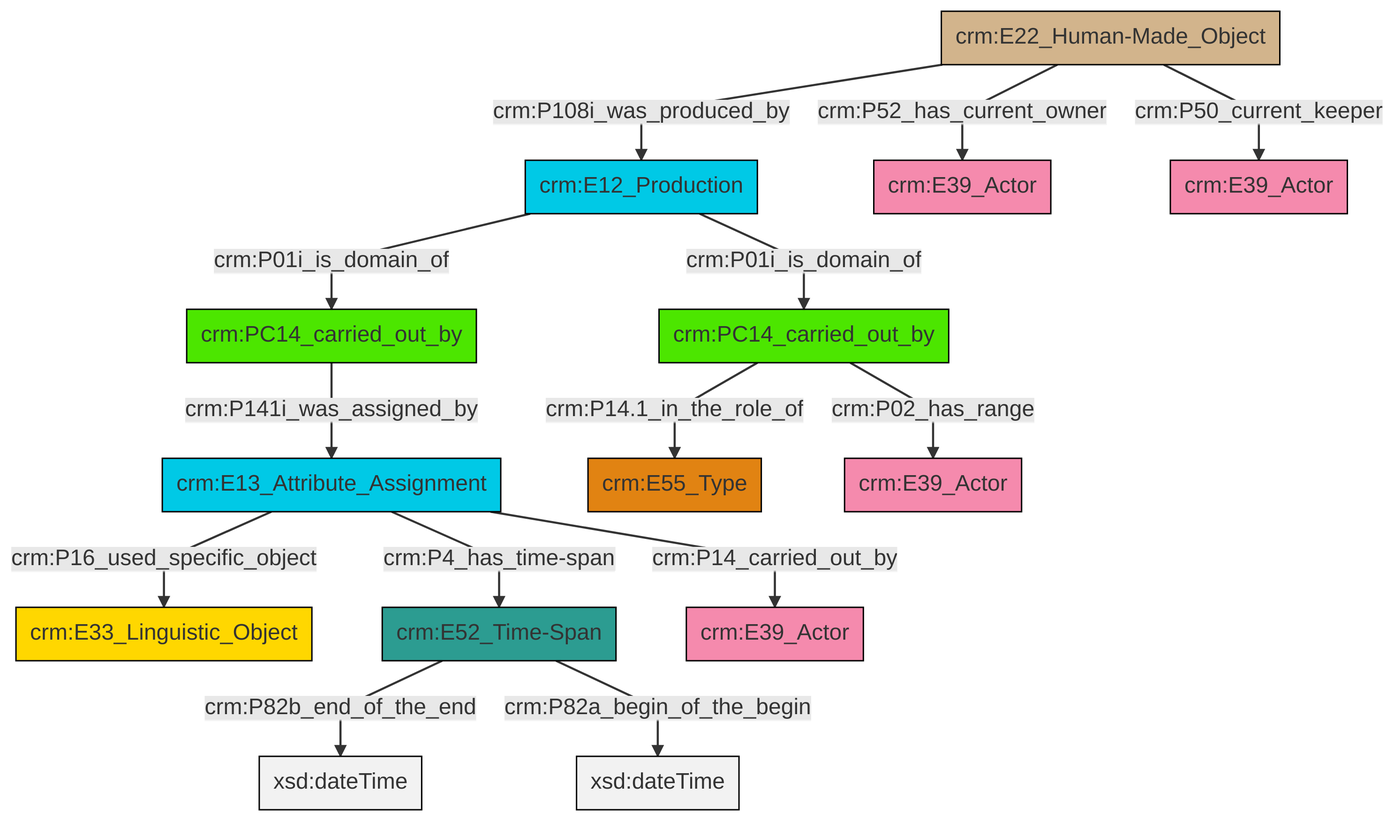
Before: et/carrierCSV/ttl/mmd/png/carrier_relations.png, a diagram exported from Mermaid (swiss-art-research-net/docs.swissartresearch). Its source is kept beside it as et/carrierCSV/ttl/mmd/carrier_relations.ttl.mmd.
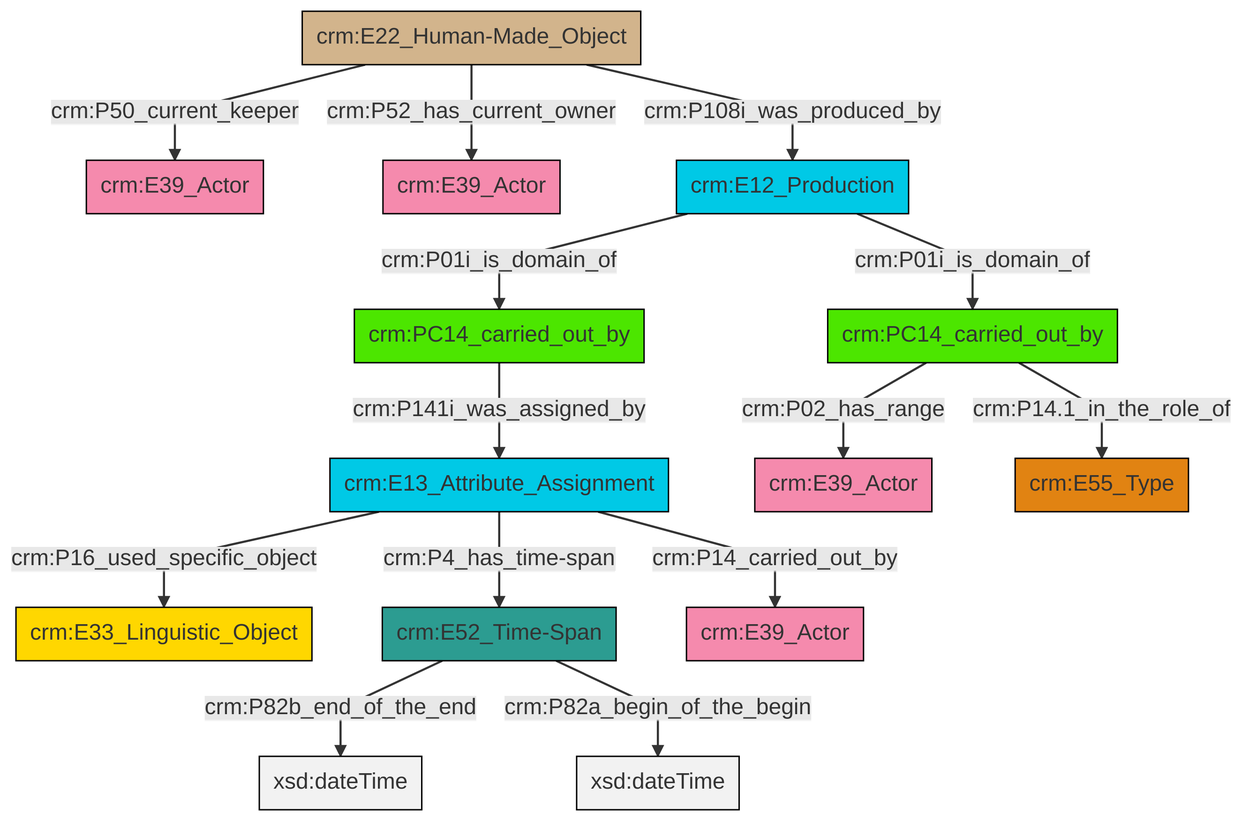
After the commit.

What changed in the source:
```diff
@@ -13,16 +13,16 @@
 classDef PC_Classes fill:#4ce600, stroke:#000000;
 classDef Multi fill:#cccccc,stroke:#000000;
 
-2["crm:E13_Attribute_Assignment"]:::Temporal_Entity -->|crm:P16_used_specific_object| 3["crm:E33_Linguistic_Object"]:::Conceptual_Object
-4["crm:PC14_carried_out_by"]:::PC_Classes -->|crm:P141i_was_assigned_by| 2["crm:E13_Attribute_Assignment"]:::Temporal_Entity
-10["crm:E22_Human-Made_Object"]:::Physical_Thing -->|crm:P108i_was_produced_by| 8["crm:E12_Production"]:::Temporal_Entity
-11["crm:E52_Time-Span"]:::Time-Span -->|crm:P82b_end_of_the_end| 12[xsd:dateTime]:::Literal
-0["crm:PC14_carried_out_by"]:::PC_Classes -->|crm:P14.1_in_the_role_of| 5["crm:E55_Type"]:::Type
-11["crm:E52_Time-Span"]:::Time-Span -->|crm:P82a_begin_of_the_begin| 13[xsd:dateTime]:::Literal
-0["crm:PC14_carried_out_by"]:::PC_Classes -->|crm:P02_has_range| 14["crm:E39_Actor"]:::Actor
-2["crm:E13_Attribute_Assignment"]:::Temporal_Entity -->|crm:P14_carried_out_by| 15["crm:E39_Actor"]:::Actor
-8["crm:E12_Production"]:::Temporal_Entity -->|crm:P01i_is_domain_of| 0["crm:PC14_carried_out_by"]:::PC_Classes
-10["crm:E22_Human-Made_Object"]:::Physical_Thing -->|crm:P52_has_current_owner| 17["crm:E39_Actor"]:::Actor
-10["crm:E22_Human-Made_Object"]:::Physical_Thing -->|crm:P50_current_keeper| 23["crm:E39_Actor"]:::Actor
-2["crm:E13_Attribute_Assignment"]:::Temporal_Entity -->|crm:P4_has_time-span| 11["crm:E52_Time-Span"]:::Time-Span
-8["crm:E12_Production"]:::Temporal_Entity -->|crm:P01i_is_domain_of| 4["crm:PC14_carried_out_by"]:::PC_Classes
+0["crm:E22_Human-Made_Object"]:::Physical_Thing -->|crm:P50_current_keeper| 1["crm:E39_Actor"]:::Actor
+0["crm:E22_Human-Made_Object"]:::Physical_Thing -->|crm:P52_has_current_owner| 8["crm:E39_Actor"]:::Actor
+2["crm:E13_Attribute_Assignment"]:::Temporal_Entity -->|crm:P4_has_time-span| 9["crm:E52_Time-Span"]:::Time-Span
+10["crm:E12_Production"]:::Temporal_Entity -->|crm:P01i_is_domain_of| 11["crm:PC14_carried_out_by"]:::PC_Classes
+2["crm:E13_Attribute_Assignment"]:::Temporal_Entity -->|crm:P14_carried_out_by| 14["crm:E39_Actor"]:::Actor
+20["crm:PC14_carried_out_by"]:::PC_Classes -->|crm:P14.1_in_the_role_of| 15["crm:E55_Type"]:::Type
+9["crm:E52_Time-Span"]:::Time-Span -->|crm:P82b_end_of_the_end| 21[xsd:dateTime]:::Literal
+10["crm:E12_Production"]:::Temporal_Entity -->|crm:P01i_is_domain_of| 20["crm:PC14_carried_out_by"]:::PC_Classes
+11["crm:PC14_carried_out_by"]:::PC_Classes -->|crm:P141i_was_assigned_by| 2["crm:E13_Attribute_Assignment"]:::Temporal_Entity
+9["crm:E52_Time-Span"]:::Time-Span -->|crm:P82a_begin_of_the_begin| 25[xsd:dateTime]:::Literal
+20["crm:PC14_carried_out_by"]:::PC_Classes -->|crm:P02_has_range| 6["crm:E39_Actor"]:::Actor
+0["crm:E22_Human-Made_Object"]:::Physical_Thing -->|crm:P108i_was_produced_by| 10["crm:E12_Production"]:::Temporal_Entity
+2["crm:E13_Attribute_Assignment"]:::Temporal_Entity -->|crm:P16_used_specific_object| 4["crm:E33_Linguistic_Object"]:::Conceptual_Object
```
